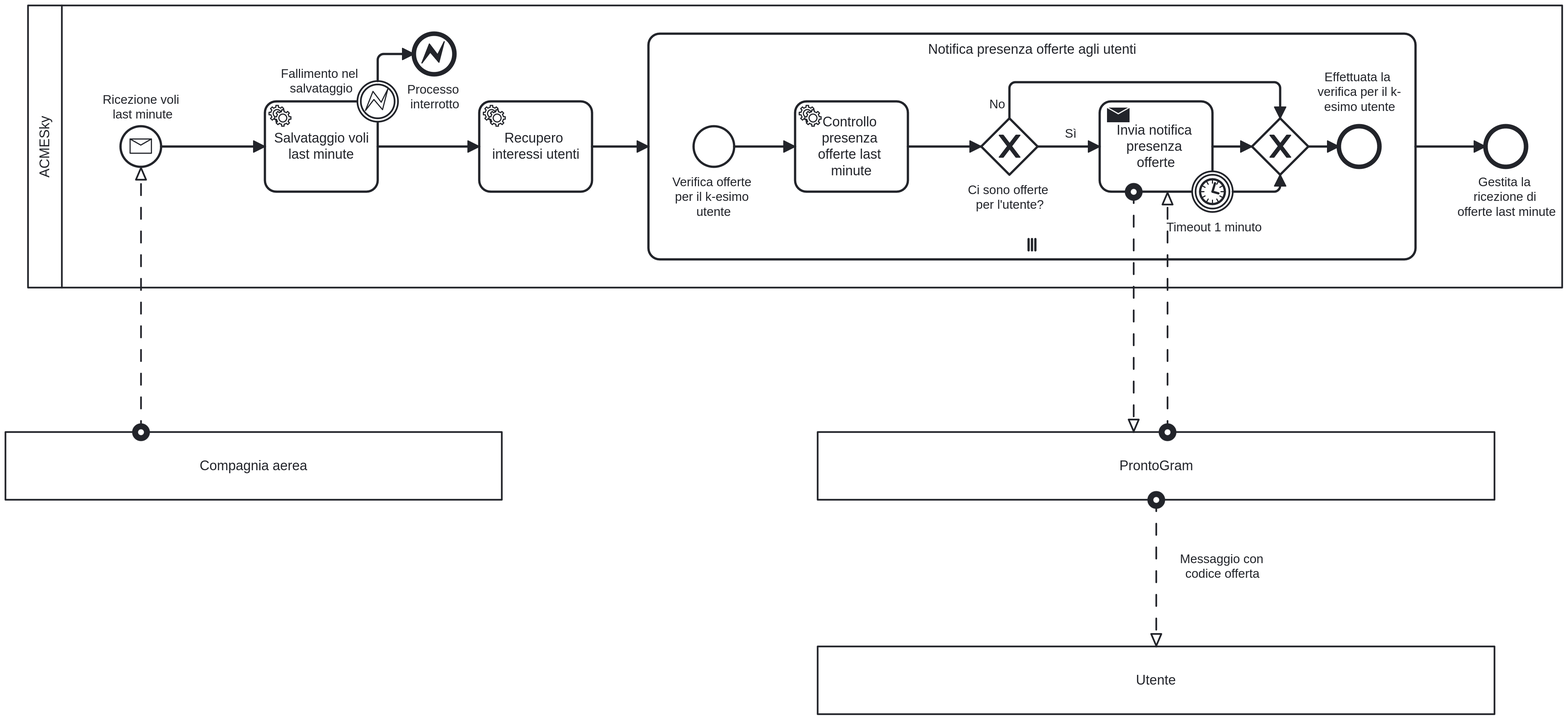
Before: docs/assets/bpmn/bpmn-scopo-implementativo/NotificaVoliLastMinute.png, a diagram exported from BPMN (kocierik/ACMEsky). Its source is kept beside it as src/ACMESky/camunda/bpmn/NotificaVoliLastMinute.bpmn. Ids are renumbered.
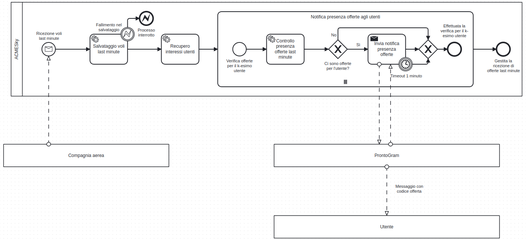
Later version of the same file.

Commit message:
align all BPMNs with Camunda 7 using desktop camunda modeller

Change to the diagram source:
```diff
@@ -1,4 +1,4 @@
-<bpmn:definitions xmlns:bpmn="http://www.omg.org/spec/BPMN/20100524/MODEL" xmlns:bpmndi="http://www.omg.org/spec/BPMN/20100524/DI" xmlns:dc="http://www.omg.org/spec/DD/20100524/DC" xmlns:di="http://www.omg.org/spec/DD/20100524/DI" xmlns:xsi="http://www.w3.org/2001/XMLSchema-instance" xmlns:modeler="http://camunda.org/schema/modeler/1.0" xmlns:zeebe="http://camunda.org/schema/zeebe/1.0" xmlns:camunda="http://camunda.org/schema/1.0/bpmn" id="Definitions_n1" targetNamespace="http://bpmn.io/schema/bpmn" exporter="Camunda Web Modeler" exporterVersion="8059276" modeler:executionPlatform="Camunda Cloud" modeler:executionPlatformVersion="8.5.0" camunda:diagramRelationId="ee6dd3b0-bc75-430f-985a-030dc60295c0">
+<bpmn:definitions xmlns:bpmn="http://www.omg.org/spec/BPMN/20100524/MODEL" xmlns:bpmndi="http://www.omg.org/spec/BPMN/20100524/DI" xmlns:dc="http://www.omg.org/spec/DD/20100524/DC" xmlns:di="http://www.omg.org/spec/DD/20100524/DI" xmlns:xsi="http://www.w3.org/2001/XMLSchema-instance" xmlns:camunda="http://camunda.org/schema/1.0/bpmn" xmlns:modeler="http://camunda.org/schema/modeler/1.0" id="Definitions_n1" targetNamespace="http://bpmn.io/schema/bpmn" exporter="Camunda Modeler" exporterVersion="5.25.0">
   <bpmn:collaboration id="last-minute-notifications">
     <bpmn:participant id="acmesky" name="ACMESky" processRef="notify-last-minute-flights" />
     <bpmn:participant id="flight-company" name="Compagnia aerea" />
@@ -18,7 +18,9 @@
     <bpmn:sequenceFlow id="Flow_n9" sourceRef="notify-offers-to-users" targetRef="receive-last-minute-offers-completed" />
     <bpmn:serviceTask id="save-flights" name="Salvataggio voli last minute" camunda:type="external" camunda:topic="save-flights">
       <bpmn:extensionElements>
-        <zeebe:taskDefinition type="save-flights" />
+        <camunda:inputOutput>
+          <camunda:inputParameter name="flights">${flights}</camunda:inputParameter>
+        </camunda:inputOutput>
       </bpmn:extensionElements>
       <bpmn:incoming>Flow_n6</bpmn:incoming>
       <bpmn:outgoing>Flow_n10</bpmn:outgoing>
@@ -31,9 +33,6 @@
     </bpmn:boundaryEvent>
     <bpmn:sequenceFlow id="Flow_n14" sourceRef="retrieve-user-interests" targetRef="notify-offers-to-users" />
     <bpmn:serviceTask id="retrieve-user-interests" name="Recupero interessi utenti" camunda:type="external" camunda:topic="retrieve-user-interests">
-      <bpmn:extensionElements>
-        <zeebe:taskDefinition type="retrieve-user-interests" />
-      </bpmn:extensionElements>
       <bpmn:incoming>Flow_n10</bpmn:incoming>
       <bpmn:outgoing>Flow_n14</bpmn:outgoing>
     </bpmn:serviceTask>
@@ -44,18 +43,11 @@
     <bpmn:subProcess id="notify-offers-to-users" name="Notifica presenza offerte agli utenti">
       <bpmn:incoming>Flow_n14</bpmn:incoming>
       <bpmn:outgoing>Flow_n9</bpmn:outgoing>
-      <bpmn:multiInstanceLoopCharacteristics camunda:collection="#{users_interests}" camunda:elementVariable="user_interests">
-        <bpmn:extensionElements>
-          <zeebe:loopCharacteristics inputCollection="=users_interests" />
-        </bpmn:extensionElements>
-      </bpmn:multiInstanceLoopCharacteristics>
+      <bpmn:multiInstanceLoopCharacteristics camunda:collection="#{users_interests}" camunda:elementVariable="user_interests" />
       <bpmn:startEvent id="notify-users-for-offers-start-event" name="Verifica offerte per il k-esimo utente">
         <bpmn:outgoing>Flow_n16</bpmn:outgoing>
       </bpmn:startEvent>
       <bpmn:sendTask id="notify-user-via-prontogram" name="Invia notifica presenza offerte" camunda:type="external" camunda:topic="notify-user-via-prontogram">
-        <bpmn:extensionElements>
-          <zeebe:taskDefinition type="notify-user-via-prontogram" />
-        </bpmn:extensionElements>
         <bpmn:incoming>Flow_n17</bpmn:incoming>
         <bpmn:outgoing>Flow_n18</bpmn:outgoing>
       </bpmn:sendTask>
@@ -75,7 +67,9 @@
       </bpmn:sequenceFlow>
       <bpmn:serviceTask id="check-offers-presence" name="Controllo presenza offerte last minute" camunda:type="external" camunda:topic="check-offers-presence">
         <bpmn:extensionElements>
-          <zeebe:taskDefinition type="check-offers-presence" />
+          <camunda:inputOutput>
+            <camunda:inputParameter name="user_interests">${user_interests}</camunda:inputParameter>
+          </camunda:inputOutput>
         </bpmn:extensionElements>
         <bpmn:incoming>Flow_n16</bpmn:incoming>
         <bpmn:outgoing>Flow_n19</bpmn:outgoing>
@@ -176,7 +170,7 @@
         <di:waypoint x="1075" y="177" />
         <di:waypoint x="1130" y="177" />
         <bpmndi:BPMNLabel>
-          <dc:Bounds x="1099" y="159" width="11" height="14" />
+          <dc:Bounds x="1098" y="159" width="12" height="14" />
         </bpmndi:BPMNLabel>
       </bpmndi:BPMNEdge>
       <bpmndi:BPMNEdge id="Flow_n18_di" bpmnElement="Flow_n18">
```
